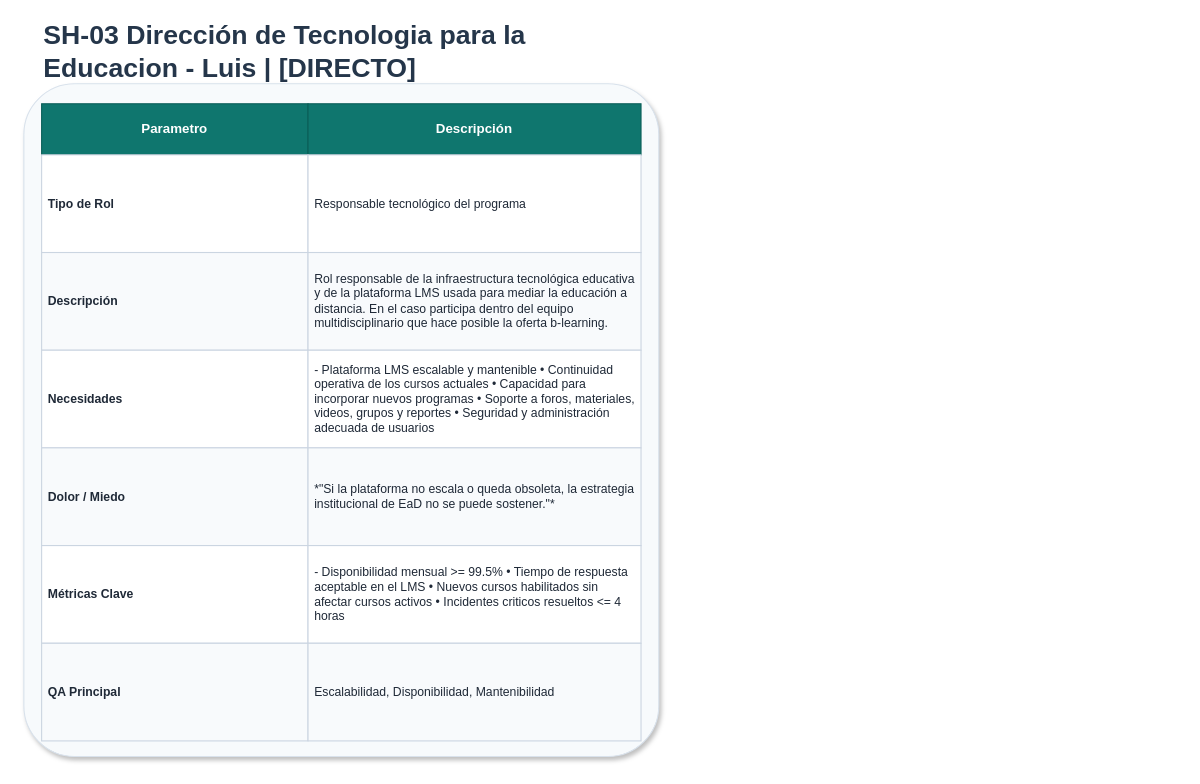
Jsue46/exposicionayd keeps this draw.io diagram as page 3 of 14 of diagramas/tablas/Tablas_Stakeholders_BLearning.drawio. Above is the earlier version. Source tidied: cells renumbered, new cells numbered last; positions are measured from the earlier drawing's top-left corner, leaving out a move shared by most shapes. Both pictures are drawn from the tidied source at 111%, with x=0, y=0 at pixel (23, 28).
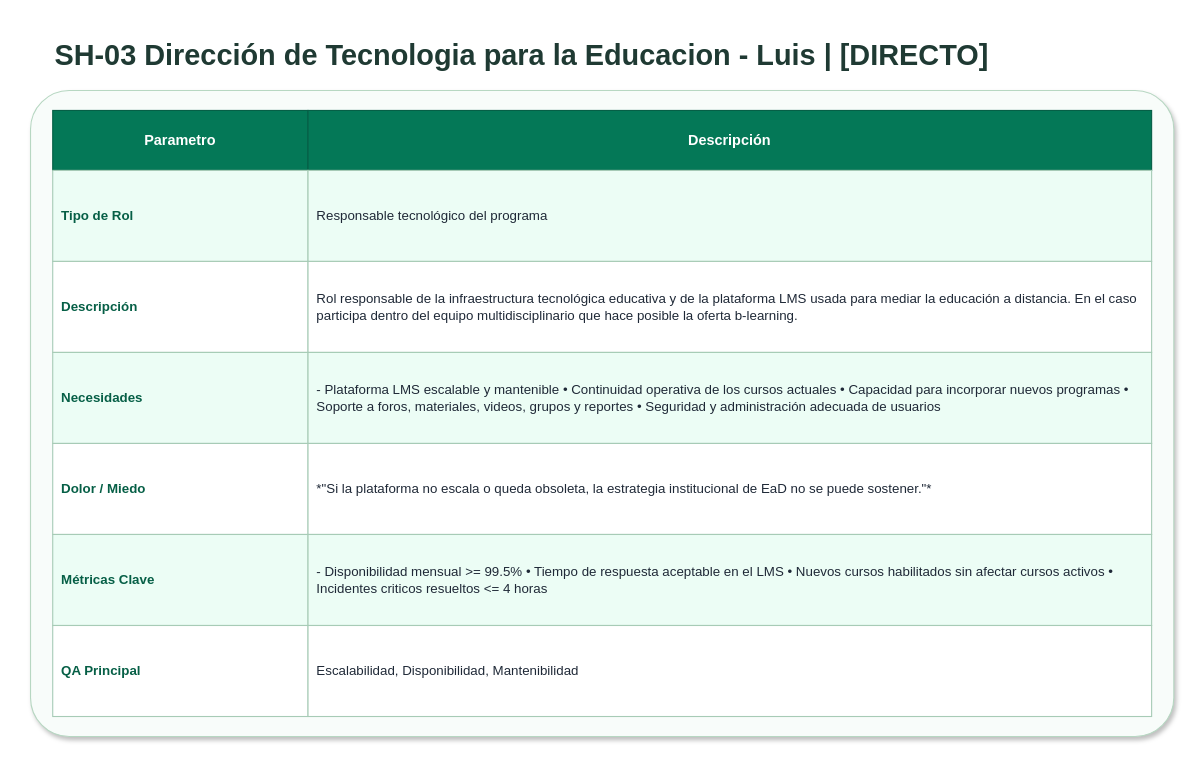
The same diagram, later.

The edit, as a diff of the source:
```diff
@@
 <mxGraphModel>
   <root>
     <mxCell id="0" />
     <mxCell id="1" parent="0" />
-    <mxCell id="2" value="SH-03 Dirección de Tecnologia para la Educacion - Luis | [DIRECTO]" style="text;html=1;strokeColor=none;fillColor=none;align=left;verticalAlign=middle;whiteSpace=wrap;rounded=0;fontSize=24;fontStyle=1;fontColor=#25364A;" parent="1" vertex="1">
-      <mxGeometry x="16" width="540" height="42" as="geometry" />
+    <mxCell id="2" value="SH-03 Dirección de Tecnologia para la Educacion - Luis | [DIRECTO]" style="text;html=1;strokeColor=none;fillColor=none;align=left;verticalAlign=middle;whiteSpace=wrap;rounded=0;fontSize=26;fontStyle=1;fontColor=#1F3A33;" parent="1" vertex="1">
+      <mxGeometry x="26" y="2" width="990" height="46" as="geometry" />
     </mxCell>
-    <mxCell id="3" style="rounded=1;whiteSpace=wrap;html=1;fillColor=#F7FAFC;strokeColor=#D9E2EC;arcSize=8;shadow=1;" parent="1" vertex="1">
-      <mxGeometry y="50" width="572" height="606" as="geometry" />
+    <mxCell id="3" style="rounded=1;whiteSpace=wrap;html=1;fillColor=#F8FCFA;strokeColor=#B7D7C2;arcSize=6;shadow=1;" parent="1" vertex="1">
+      <mxGeometry x="6" y="56" width="1030" height="582" as="geometry" />
     </mxCell>
-    <mxCell id="4" value="Parametro" style="rounded=0;whiteSpace=wrap;html=1;fillColor=#0F766E;strokeColor=#0B5F59;fontColor=#FFFFFF;fontStyle=1;align=center;verticalAlign=middle;fontSize=12;spacing=6;" parent="1" vertex="1">
-      <mxGeometry x="16" y="68" width="240" height="46" as="geometry" />
+    <mxCell id="4" value="Parametro" style="rounded=0;whiteSpace=wrap;html=1;fillColor=#047857;strokeColor=#065F46;fontColor=#FFFFFF;fontStyle=1;align=center;verticalAlign=middle;fontSize=13;spacing=8;" parent="1" vertex="1">
+      <mxGeometry x="26" y="74" width="230" height="54" as="geometry" />
     </mxCell>
-    <mxCell id="5" value="Descripción" style="rounded=0;whiteSpace=wrap;html=1;fillColor=#0F766E;strokeColor=#0B5F59;fontColor=#FFFFFF;fontStyle=1;align=center;verticalAlign=middle;fontSize=12;spacing=6;" parent="1" vertex="1">
-      <mxGeometry x="256" y="68" width="300" height="46" as="geometry" />
+    <mxCell id="5" value="Descripción" style="rounded=0;whiteSpace=wrap;html=1;fillColor=#047857;strokeColor=#065F46;fontColor=#FFFFFF;fontStyle=1;align=center;verticalAlign=middle;fontSize=13;spacing=8;" parent="1" vertex="1">
+      <mxGeometry x="256" y="74" width="760" height="54" as="geometry" />
     </mxCell>
-    <mxCell id="6" value="Tipo de Rol" style="rounded=0;whiteSpace=wrap;html=1;fillColor=#FFFFFF;strokeColor=#CBD5E1;fontColor=#1F2937;fontStyle=1;align=left;verticalAlign=middle;fontSize=11;spacing=6;" parent="1" vertex="1">
-      <mxGeometry x="16" y="114" width="240" height="88" as="geometry" />
+    <mxCell id="6" value="Tipo de Rol" style="rounded=0;whiteSpace=wrap;html=1;fillColor=#ECFDF5;strokeColor=#A7CBB6;fontColor=#065F46;fontStyle=1;align=left;verticalAlign=middle;fontSize=12;spacing=8;" parent="1" vertex="1">
+      <mxGeometry x="26" y="128" width="230" height="82" as="geometry" />
     </mxCell>
-    <mxCell id="7" value="Responsable tecnológico del programa" style="rounded=0;whiteSpace=wrap;html=1;fillColor=#FFFFFF;strokeColor=#CBD5E1;fontColor=#1F2937;fontStyle=0;align=left;verticalAlign=middle;fontSize=11;spacing=6;" parent="1" vertex="1">
-      <mxGeometry x="256" y="114" width="300" height="88" as="geometry" />
+    <mxCell id="7" value="Responsable tecnológico del programa" style="rounded=0;whiteSpace=wrap;html=1;fillColor=#ECFDF5;strokeColor=#A7CBB6;fontColor=#1F2937;fontStyle=0;align=left;verticalAlign=middle;fontSize=12;spacing=8;" parent="1" vertex="1">
+      <mxGeometry x="256" y="128" width="760" height="82" as="geometry" />
     </mxCell>
-    <mxCell id="8" value="Descripción" style="rounded=0;whiteSpace=wrap;html=1;fillColor=#F8FAFC;strokeColor=#CBD5E1;fontColor=#1F2937;fontStyle=1;align=left;verticalAlign=middle;fontSize=11;spacing=6;" parent="1" vertex="1">
-      <mxGeometry x="16" y="202" width="240" height="88" as="geometry" />
+    <mxCell id="8" value="Descripción" style="rounded=0;whiteSpace=wrap;html=1;fillColor=#FFFFFF;strokeColor=#A7CBB6;fontColor=#065F46;fontStyle=1;align=left;verticalAlign=middle;fontSize=12;spacing=8;" parent="1" vertex="1">
+      <mxGeometry x="26" y="210" width="230" height="82" as="geometry" />
     </mxCell>
-    <mxCell id="9" value="Rol responsable de la infraestructura tecnológica educativa y de la plataforma LMS usada para mediar la educación a distancia. En el caso participa dentro del equipo multidisciplinario que hace posible la oferta b-learning." style="rounded=0;whiteSpace=wrap;html=1;fillColor=#F8FAFC;strokeColor=#CBD5E1;fontColor=#1F2937;fontStyle=0;align=left;verticalAlign=middle;fontSize=11;spacing=6;" parent="1" vertex="1">
-      <mxGeometry x="256" y="202" width="300" height="88" as="geometry" />
+    <mxCell id="9" value="Rol responsable de la infraestructura tecnológica educativa y de la plataforma LMS usada para mediar la educación a distancia. En el caso participa dentro del equipo multidisciplinario que hace posible la oferta b-learning." style="rounded=0;whiteSpace=wrap;html=1;fillColor=#FFFFFF;strokeColor=#A7CBB6;fontColor=#1F2937;fontStyle=0;align=left;verticalAlign=middle;fontSize=12;spacing=8;" parent="1" vertex="1">
+      <mxGeometry x="256" y="210" width="760" height="82" as="geometry" />
     </mxCell>
-    <mxCell id="10" value="Necesidades" style="rounded=0;whiteSpace=wrap;html=1;fillColor=#FFFFFF;strokeColor=#CBD5E1;fontColor=#1F2937;fontStyle=1;align=left;verticalAlign=middle;fontSize=11;spacing=6;" parent="1" vertex="1">
-      <mxGeometry x="16" y="290" width="240" height="88" as="geometry" />
+    <mxCell id="10" value="Necesidades" style="rounded=0;whiteSpace=wrap;html=1;fillColor=#ECFDF5;strokeColor=#A7CBB6;fontColor=#065F46;fontStyle=1;align=left;verticalAlign=middle;fontSize=12;spacing=8;" parent="1" vertex="1">
+      <mxGeometry x="26" y="292" width="230" height="82" as="geometry" />
     </mxCell>
-    <mxCell id="11" value="- Plataforma LMS escalable y mantenible • Continuidad operativa de los cursos actuales • Capacidad para incorporar nuevos programas • Soporte a foros, materiales, videos, grupos y reportes • Seguridad y administración adecuada de usuarios" style="rounded=0;whiteSpace=wrap;html=1;fillColor=#FFFFFF;strokeColor=#CBD5E1;fontColor=#1F2937;fontStyle=0;align=left;verticalAlign=middle;fontSize=11;spacing=6;" parent="1" vertex="1">
-      <mxGeometry x="256" y="290" width="300" height="88" as="geometry" />
+    <mxCell id="11" value="- Plataforma LMS escalable y mantenible • Continuidad operativa de los cursos actuales • Capacidad para incorporar nuevos programas • Soporte a foros, materiales, videos, grupos y reportes • Seguridad y administración adecuada de usuarios" style="rounded=0;whiteSpace=wrap;html=1;fillColor=#ECFDF5;strokeColor=#A7CBB6;fontColor=#1F2937;fontStyle=0;align=left;verticalAlign=middle;fontSize=12;spacing=8;" parent="1" vertex="1">
+      <mxGeometry x="256" y="292" width="760" height="82" as="geometry" />
     </mxCell>
-    <mxCell id="12" value="Dolor / Miedo" style="rounded=0;whiteSpace=wrap;html=1;fillColor=#F8FAFC;strokeColor=#CBD5E1;fontColor=#1F2937;fontStyle=1;align=left;verticalAlign=middle;fontSize=11;spacing=6;" parent="1" vertex="1">
-      <mxGeometry x="16" y="378" width="240" height="88" as="geometry" />
+    <mxCell id="12" value="Dolor / Miedo" style="rounded=0;whiteSpace=wrap;html=1;fillColor=#FFFFFF;strokeColor=#A7CBB6;fontColor=#065F46;fontStyle=1;align=left;verticalAlign=middle;fontSize=12;spacing=8;" parent="1" vertex="1">
+      <mxGeometry x="26" y="374" width="230" height="82" as="geometry" />
     </mxCell>
-    <mxCell id="13" value="*&quot;Si la plataforma no escala o queda obsoleta, la estrategia institucional de EaD no se puede sostener.&quot;*" style="rounded=0;whiteSpace=wrap;html=1;fillColor=#F8FAFC;strokeColor=#CBD5E1;fontColor=#1F2937;fontStyle=0;align=left;verticalAlign=middle;fontSize=11;spacing=6;" parent="1" vertex="1">
-      <mxGeometry x="256" y="378" width="300" height="88" as="geometry" />
+    <mxCell id="13" value="*&quot;Si la plataforma no escala o queda obsoleta, la estrategia institucional de EaD no se puede sostener.&quot;*" style="rounded=0;whiteSpace=wrap;html=1;fillColor=#FFFFFF;strokeColor=#A7CBB6;fontColor=#1F2937;fontStyle=0;align=left;verticalAlign=middle;fontSize=12;spacing=8;" parent="1" vertex="1">
+      <mxGeometry x="256" y="374" width="760" height="82" as="geometry" />
     </mxCell>
-    <mxCell id="14" value="Métricas Clave" style="rounded=0;whiteSpace=wrap;html=1;fillColor=#FFFFFF;strokeColor=#CBD5E1;fontColor=#1F2937;fontStyle=1;align=left;verticalAlign=middle;fontSize=11;spacing=6;" parent="1" vertex="1">
-      <mxGeometry x="16" y="466" width="240" height="88" as="geometry" />
+    <mxCell id="14" value="Métricas Clave" style="rounded=0;whiteSpace=wrap;html=1;fillColor=#ECFDF5;strokeColor=#A7CBB6;fontColor=#065F46;fontStyle=1;align=left;verticalAlign=middle;fontSize=12;spacing=8;" parent="1" vertex="1">
+      <mxGeometry x="26" y="456" width="230" height="82" as="geometry" />
     </mxCell>
-    <mxCell id="15" value="- Disponibilidad mensual &gt;= 99.5% • Tiempo de respuesta aceptable en el LMS • Nuevos cursos habilitados sin afectar cursos activos • Incidentes criticos resueltos &lt;= 4 horas" style="rounded=0;whiteSpace=wrap;html=1;fillColor=#FFFFFF;strokeColor=#CBD5E1;fontColor=#1F2937;fontStyle=0;align=left;verticalAlign=middle;fontSize=11;spacing=6;" parent="1" vertex="1">
-      <mxGeometry x="256" y="466" width="300" height="88" as="geometry" />
+    <mxCell id="15" value="- Disponibilidad mensual &gt;= 99.5% • Tiempo de respuesta aceptable en el LMS • Nuevos cursos habilitados sin afectar cursos activos • Incidentes criticos resueltos &lt;= 4 horas" style="rounded=0;whiteSpace=wrap;html=1;fillColor=#ECFDF5;strokeColor=#A7CBB6;fontColor=#1F2937;fontStyle=0;align=left;verticalAlign=middle;fontSize=12;spacing=8;" parent="1" vertex="1">
+      <mxGeometry x="256" y="456" width="760" height="82" as="geometry" />
     </mxCell>
-    <mxCell id="16" value="QA Principal" style="rounded=0;whiteSpace=wrap;html=1;fillColor=#F8FAFC;strokeColor=#CBD5E1;fontColor=#1F2937;fontStyle=1;align=left;verticalAlign=middle;fontSize=11;spacing=6;" parent="1" vertex="1">
-      <mxGeometry x="16" y="554" width="240" height="88" as="geometry" />
+    <mxCell id="16" value="QA Principal" style="rounded=0;whiteSpace=wrap;html=1;fillColor=#FFFFFF;strokeColor=#A7CBB6;fontColor=#065F46;fontStyle=1;align=left;verticalAlign=middle;fontSize=12;spacing=8;" parent="1" vertex="1">
+      <mxGeometry x="26" y="538" width="230" height="82" as="geometry" />
     </mxCell>
-    <mxCell id="17" value="Escalabilidad, Disponibilidad, Mantenibilidad" style="rounded=0;whiteSpace=wrap;html=1;fillColor=#F8FAFC;strokeColor=#CBD5E1;fontColor=#1F2937;fontStyle=0;align=left;verticalAlign=middle;fontSize=11;spacing=6;" parent="1" vertex="1">
-      <mxGeometry x="256" y="554" width="300" height="88" as="geometry" />
+    <mxCell id="17" value="Escalabilidad, Disponibilidad, Mantenibilidad" style="rounded=0;whiteSpace=wrap;html=1;fillColor=#FFFFFF;strokeColor=#A7CBB6;fontColor=#1F2937;fontStyle=0;align=left;verticalAlign=middle;fontSize=12;spacing=8;" parent="1" vertex="1">
+      <mxGeometry x="256" y="538" width="760" height="82" as="geometry" />
     </mxCell>
   </root>
 </mxGraphModel>
```
